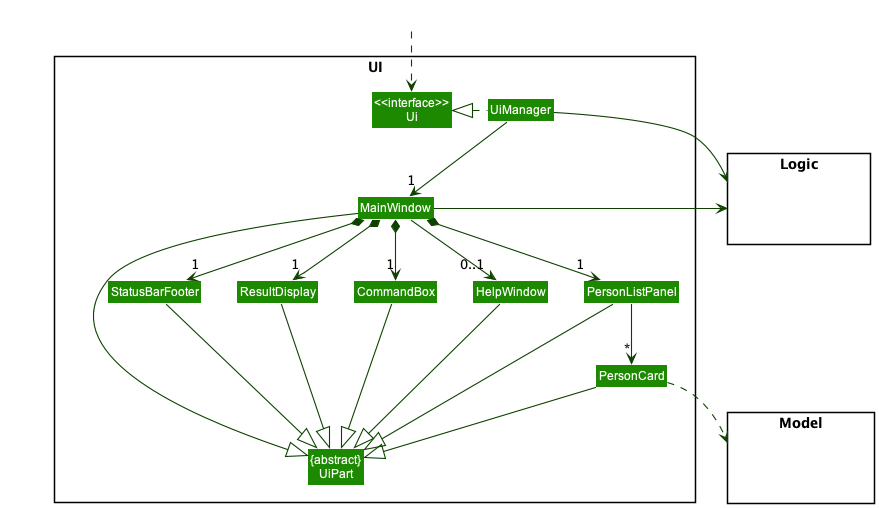
Before: docs/images/UiClassDiagram.png, a diagram exported from PlantUML (nus-cs2103-AY2223S1/tp).
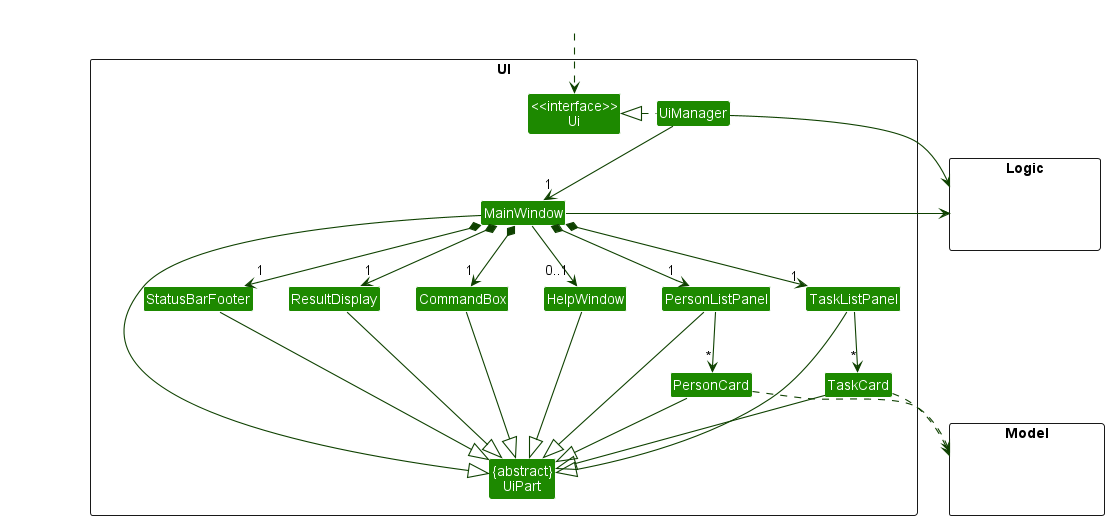
After the change.

Change to the diagram source:
```diff
@@ -13,6 +13,8 @@
 Class ResultDisplay
 Class PersonListPanel
 Class PersonCard
+Class TaskListPanel
+Class TaskCard
 Class StatusBarFooter
 Class CommandBox
 }
@@ -33,10 +35,12 @@
 MainWindow *-down->  "1" CommandBox
 MainWindow *-down-> "1" ResultDisplay
 MainWindow *-down-> "1" PersonListPanel
+MainWindow *-down-> "1" TaskListPanel
 MainWindow *-down-> "1" StatusBarFooter
 MainWindow --> "0..1" HelpWindow
 
 PersonListPanel -down-> "*" PersonCard
+TaskListPanel -down-> "*" TaskCard
 
 MainWindow -left-|> UiPart
 
@@ -44,10 +48,13 @@
 CommandBox --|> UiPart
 PersonListPanel --|> UiPart
 PersonCard --|> UiPart
+TaskListPanel --|> UiPart
+TaskCard --|> UiPart
 StatusBarFooter --|> UiPart
 HelpWindow --|> UiPart
 
 PersonCard ..> Model
+TaskCard ..> Model
 UiManager -right-> Logic
 MainWindow -left-> Logic
 
```
